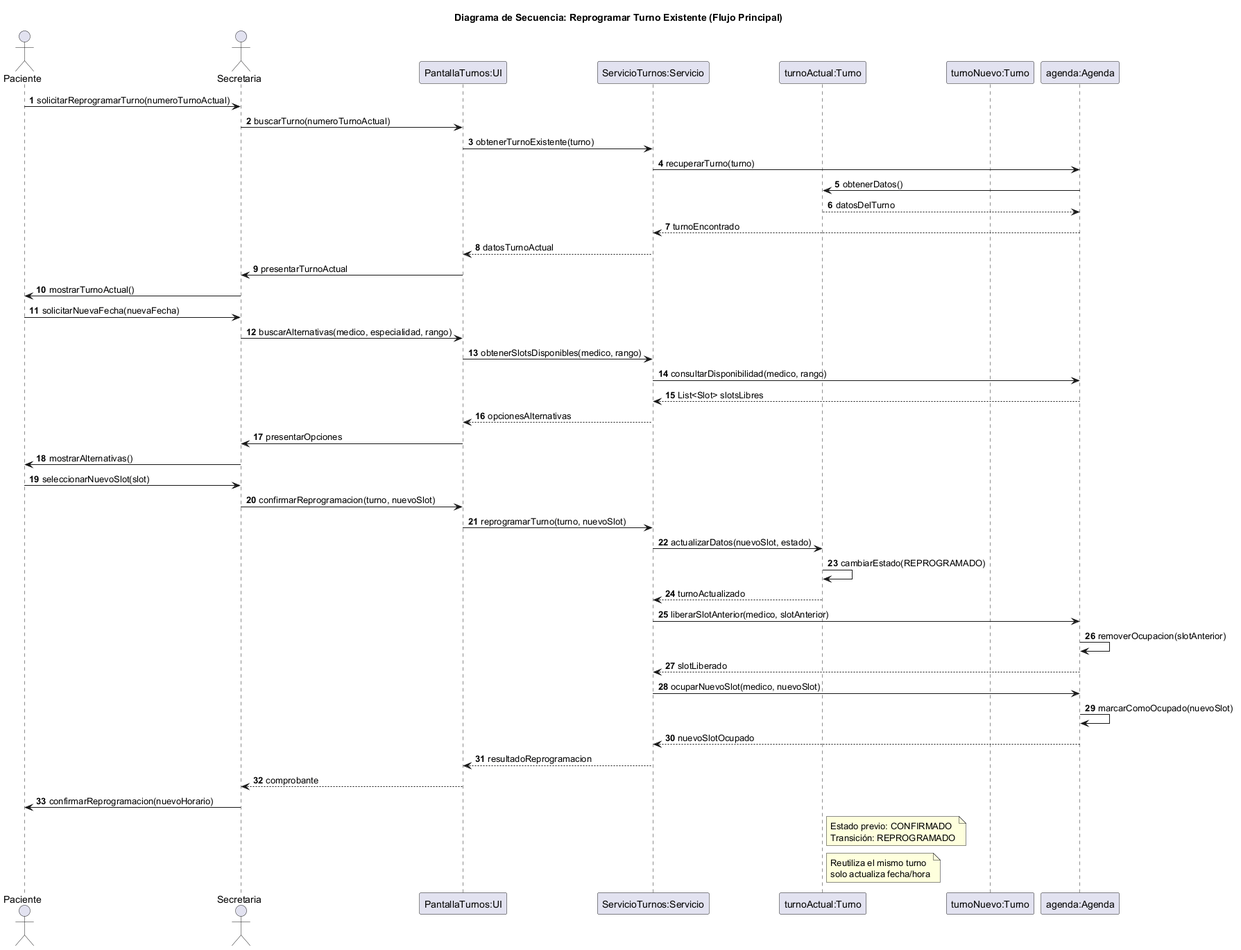
Above: diagramas/05-diagramas-secuencia/05-secuencia-reprogramar-turno-flujo-principal-02.png in Purezaamor/SistemaTurnosMedicos (PlantUML), before the change.
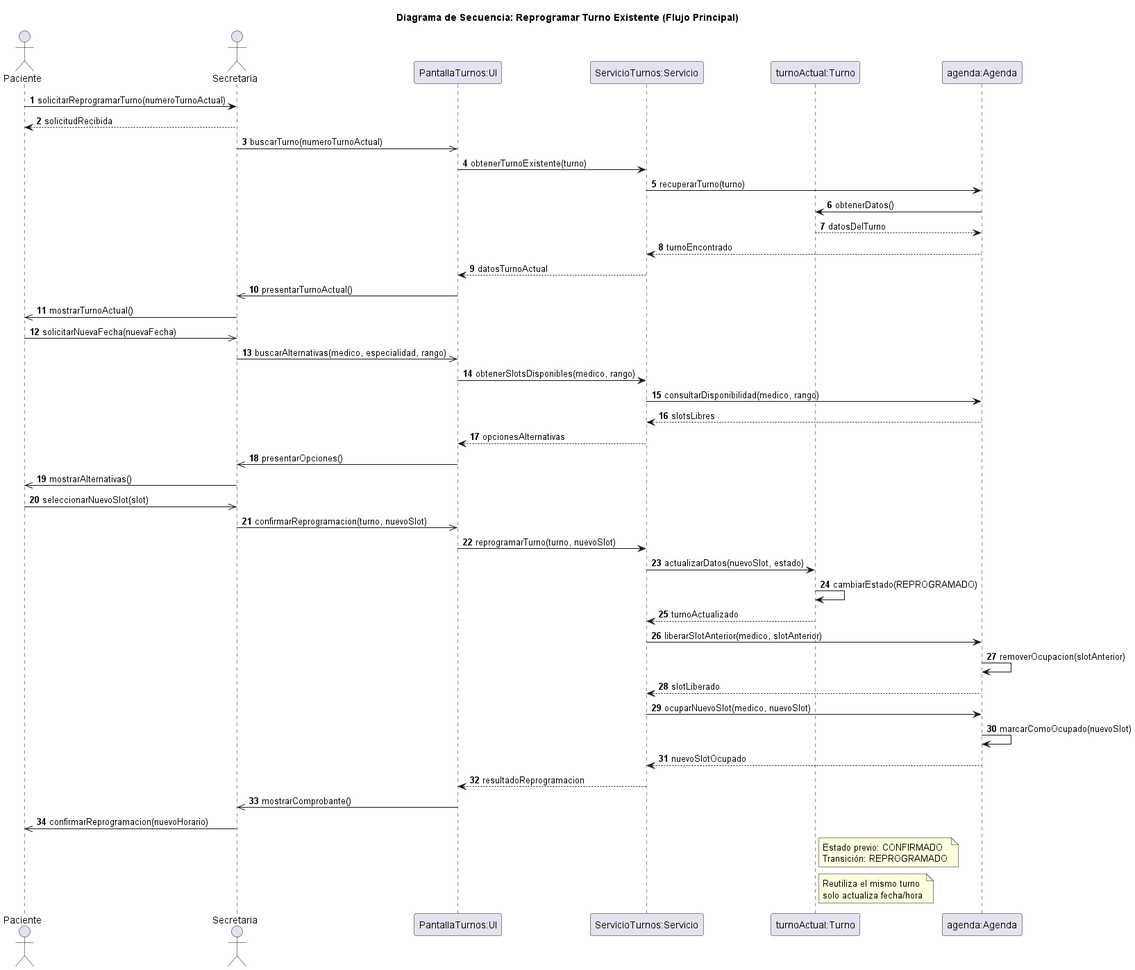
After the change.

Change to the diagram source:
```diff
@@ -6,31 +6,31 @@
 participant "PantallaTurnos:UI" as UI
 participant "ServicioTurnos:Servicio" as Servicio
 participant "turnoActual:Turno" as TurnoAct
-participant "turnoNuevo:Turno" as TurnoNuev
 participant "agenda:Agenda" as Agenda
 
 autonumber
 
 Paciente -> Secretaria: solicitarReprogramarTurno(numeroTurnoActual)
-Secretaria -> UI: buscarTurno(numeroTurnoActual)
+Secretaria --> Paciente: solicitudRecibida
+Secretaria ->> UI: buscarTurno(numeroTurnoActual)
 UI -> Servicio: obtenerTurnoExistente(turno)
 Servicio -> Agenda: recuperarTurno(turno)
 Agenda -> TurnoAct: obtenerDatos()
 TurnoAct --> Agenda: datosDelTurno
 Agenda --> Servicio: turnoEncontrado
 Servicio --> UI: datosTurnoActual
-UI -> Secretaria: presentarTurnoActual
-Secretaria -> Paciente: mostrarTurnoActual()
-Paciente -> Secretaria: solicitarNuevaFecha(nuevaFecha)
-Secretaria -> UI: buscarAlternativas(medico, especialidad, rango)
+UI ->> Secretaria: presentarTurnoActual()
+Secretaria ->> Paciente: mostrarTurnoActual()
+Paciente ->> Secretaria: solicitarNuevaFecha(nuevaFecha)
+Secretaria ->> UI: buscarAlternativas(medico, especialidad, rango)
 UI -> Servicio: obtenerSlotsDisponibles(medico, rango)
 Servicio -> Agenda: consultarDisponibilidad(medico, rango)
-Agenda --> Servicio: List<Slot> slotsLibres
+Agenda --> Servicio: slotsLibres
 Servicio --> UI: opcionesAlternativas
-UI -> Secretaria: presentarOpciones
-Secretaria -> Paciente: mostrarAlternativas()
-Paciente -> Secretaria: seleccionarNuevoSlot(slot)
-Secretaria -> UI: confirmarReprogramacion(turno, nuevoSlot)
+UI ->> Secretaria: presentarOpciones()
+Secretaria ->> Paciente: mostrarAlternativas()
+Paciente ->> Secretaria: seleccionarNuevoSlot(slot)
+Secretaria ->> UI: confirmarReprogramacion(turno, nuevoSlot)
 UI -> Servicio: reprogramarTurno(turno, nuevoSlot)
 Servicio -> TurnoAct: actualizarDatos(nuevoSlot, estado)
 TurnoAct -> TurnoAct: cambiarEstado(REPROGRAMADO)
@@ -42,8 +42,8 @@
 Agenda -> Agenda: marcarComoOcupado(nuevoSlot)
 Agenda --> Servicio: nuevoSlotOcupado
 Servicio --> UI: resultadoReprogramacion
-UI --> Secretaria: comprobante
-Secretaria -> Paciente: confirmarReprogramacion(nuevoHorario)
+UI ->> Secretaria:  mostrarComprobante()
+Secretaria ->> Paciente: confirmarReprogramacion(nuevoHorario)
 
 note right of TurnoAct
   Estado previo: CONFIRMADO
```
